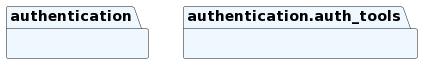
Earlier version of the PlantUML export docs/diagrams/system/authentication_packages.png (jerry327755/onlineStoreTemplate). Source of this version:
```plantuml
@startuml
set namespaceSeparator none
package "authentication" as authentication #aliceblue {
}
package "authentication.auth_tools" as authentication.auth_tools #aliceblue {
}
@enduml
```
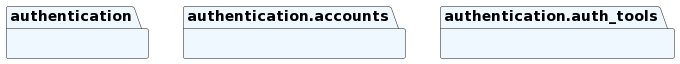
After the commit.

Change to the diagram source:
```diff
@@ -2,6 +2,8 @@
 set namespaceSeparator none
 package "authentication" as authentication #aliceblue {
 }
+package "authentication.accounts" as authentication.accounts #aliceblue {
+}
 package "authentication.auth_tools" as authentication.auth_tools #aliceblue {
 }
 @enduml
```
